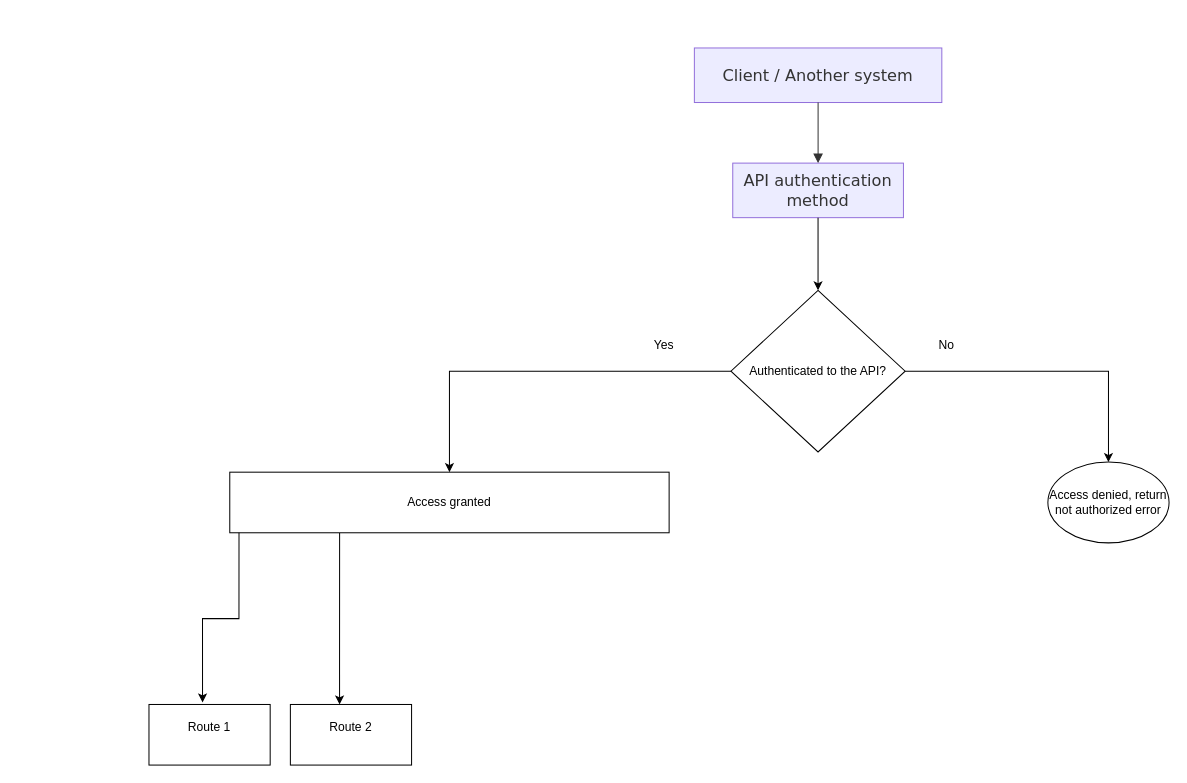
Above: fastapi-api/docs/lead-management-system-project-fastapi.drawio in gabriel-valenga/lead-management-system (draw.io), before the change. Source tidied: cells renumbered, new cells numbered last; positions are measured from the earlier drawing's top-left corner, leaving out a move shared by most shapes. Both pictures are drawn from the tidied source at 101%, with x=0, y=0 at pixel (148, 17).
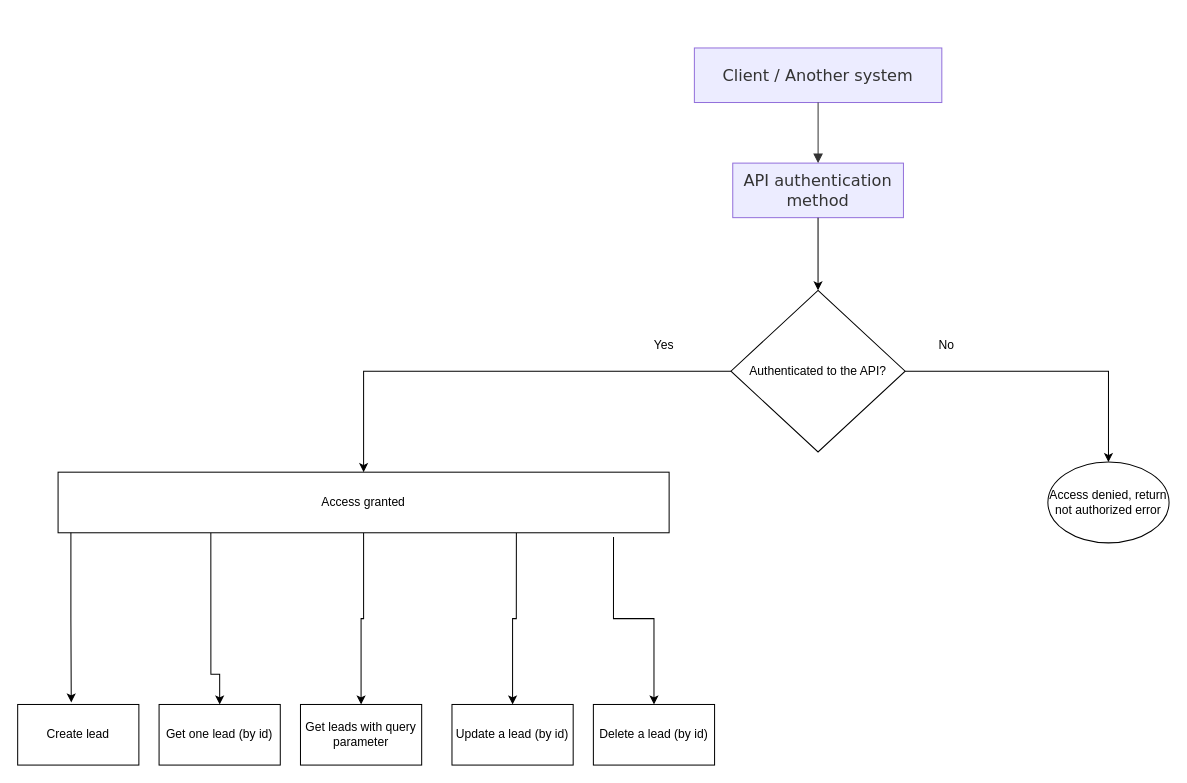
After the change.

Commit message:
Adding API methods to lead-management-system-project-fastapi.drawio

The edit, as a diff of the source:
```diff
@@
     <mxCell id="12" style="edgeStyle=orthogonalEdgeStyle;rounded=0;jettySize=auto;html=1;exitX=0.25;exitY=1;exitDx=0;exitDy=0;" parent="1" edge="1" source="13" target="16">
       <mxGeometry relative="1" as="geometry">
         <Array as="points">
-          <mxPoint x="188.8" y="650" />
-          <mxPoint x="188.8" y="650" />
+          <mxPoint x="61.2" y="650" />
+          <mxPoint x="70" y="650" />
         </Array>
       </mxGeometry>
     </mxCell>
+    <mxCell id="18" style="edgeStyle=orthogonalEdgeStyle;rounded=0;jettySize=auto;html=1;exitX=0.5;exitY=1;exitDx=0;exitDy=0;entryX=0.5;entryY=0;entryDx=0;entryDy=0;" parent="1" edge="1" source="13" target="21">
+      <mxGeometry relative="1" as="geometry" />
+    </mxCell>
+    <mxCell id="19" style="edgeStyle=orthogonalEdgeStyle;rounded=0;jettySize=auto;html=1;exitX=0.75;exitY=1;exitDx=0;exitDy=0;entryX=0.5;entryY=0;entryDx=0;entryDy=0;" parent="1" edge="1" source="13" target="22">
+      <mxGeometry relative="1" as="geometry" />
+    </mxCell>
+    <mxCell id="20" style="edgeStyle=orthogonalEdgeStyle;rounded=0;jettySize=auto;html=1;exitX=0.909;exitY=1.069;exitDx=0;exitDy=0;entryX=0.5;entryY=0;entryDx=0;entryDy=0;exitPerimeter=0;" parent="1" edge="1" source="13" target="23">
+      <mxGeometry relative="1" as="geometry" />
+    </mxCell>
     <mxCell id="13" value="Access granted" style="rounded=0;whiteSpace=wrap;html=1;" parent="1" vertex="1">
-      <mxGeometry x="80" y="450" width="435" height="60" as="geometry" />
+      <mxGeometry x="-90" y="450" width="605" height="60" as="geometry" />
     </mxCell>
@@
-    <mxCell id="15" value="Route 1&lt;div&gt;&lt;br&gt;&lt;/div&gt;" style="rounded=0;whiteSpace=wrap;html=1;" parent="1" vertex="1">
-      <mxGeometry y="680" width="120" height="60" as="geometry" />
+    <mxCell id="15" value="&lt;div&gt;Create lead&lt;/div&gt;" style="rounded=0;whiteSpace=wrap;html=1;" parent="1" vertex="1">
+      <mxGeometry x="-130" y="680" width="120" height="60" as="geometry" />
     </mxCell>
-    <mxCell id="16" value="Route 2&lt;div&gt;&lt;br&gt;&lt;/div&gt;" style="rounded=0;whiteSpace=wrap;html=1;" parent="1" vertex="1">
-      <mxGeometry x="140" y="680" width="120" height="60" as="geometry" />
+    <mxCell id="16" value="&lt;div&gt;Get one lead (by id)&lt;/div&gt;" style="rounded=0;whiteSpace=wrap;html=1;" parent="1" vertex="1">
+      <mxGeometry x="10" y="680" width="120" height="60" as="geometry" />
     </mxCell>
@@
+    <mxCell id="21" value="&lt;div&gt;Get leads with query parameter&lt;/div&gt;" style="rounded=0;whiteSpace=wrap;html=1;" parent="1" vertex="1">
+      <mxGeometry x="150" y="680" width="120" height="60" as="geometry" />
+    </mxCell>
+    <mxCell id="22" value="Update a lead (by id)" style="rounded=0;whiteSpace=wrap;html=1;" parent="1" vertex="1">
+      <mxGeometry x="300" y="680" width="120" height="60" as="geometry" />
+    </mxCell>
+    <mxCell id="23" value="Delete a lead (by id)" style="rounded=0;whiteSpace=wrap;html=1;" parent="1" vertex="1">
+      <mxGeometry x="440" y="680" width="120" height="60" as="geometry" />
+    </mxCell>
```
